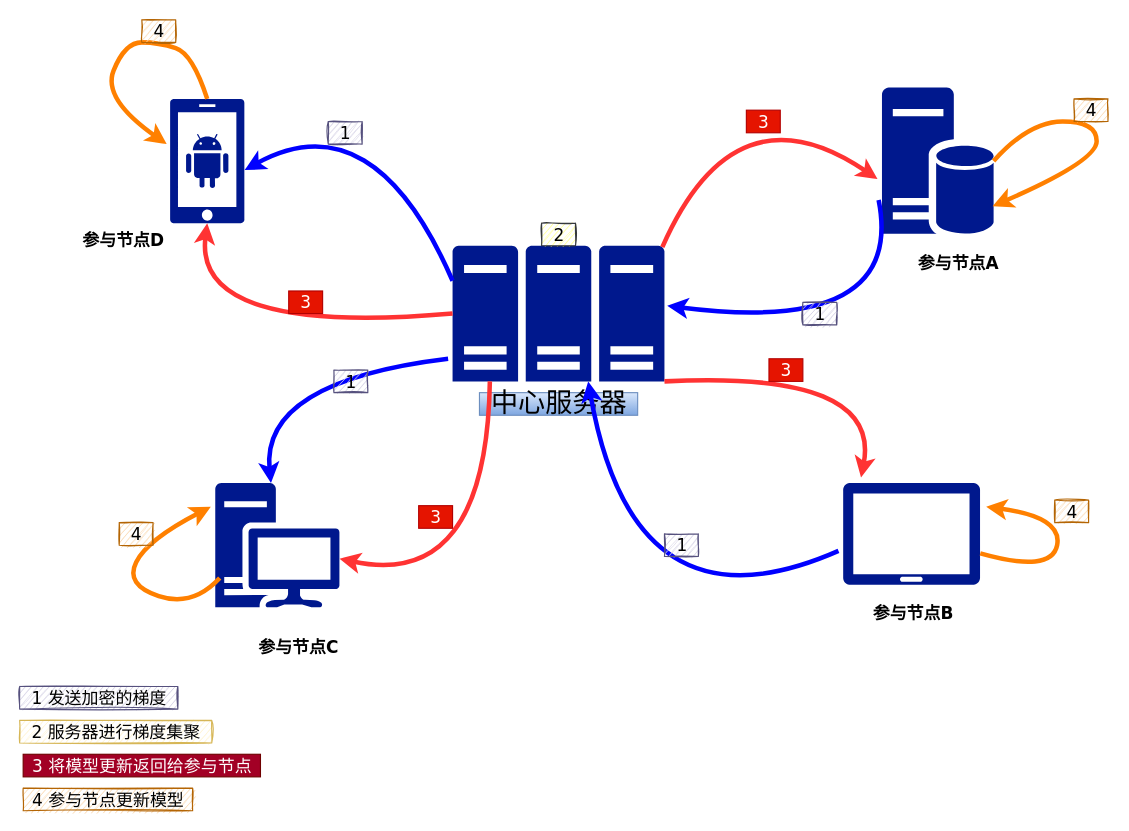
Before: Untitled Diagram.drawio in iaak/hello-world, a draw.io diagram. Source tidied: cells renumbered, new cells numbered last; positions are measured from the earlier drawing's top-left corner, leaving out a move shared by most shapes. Both pictures are drawn from the tidied source at 113%, with x=0, y=0 at pixel (19, 19).
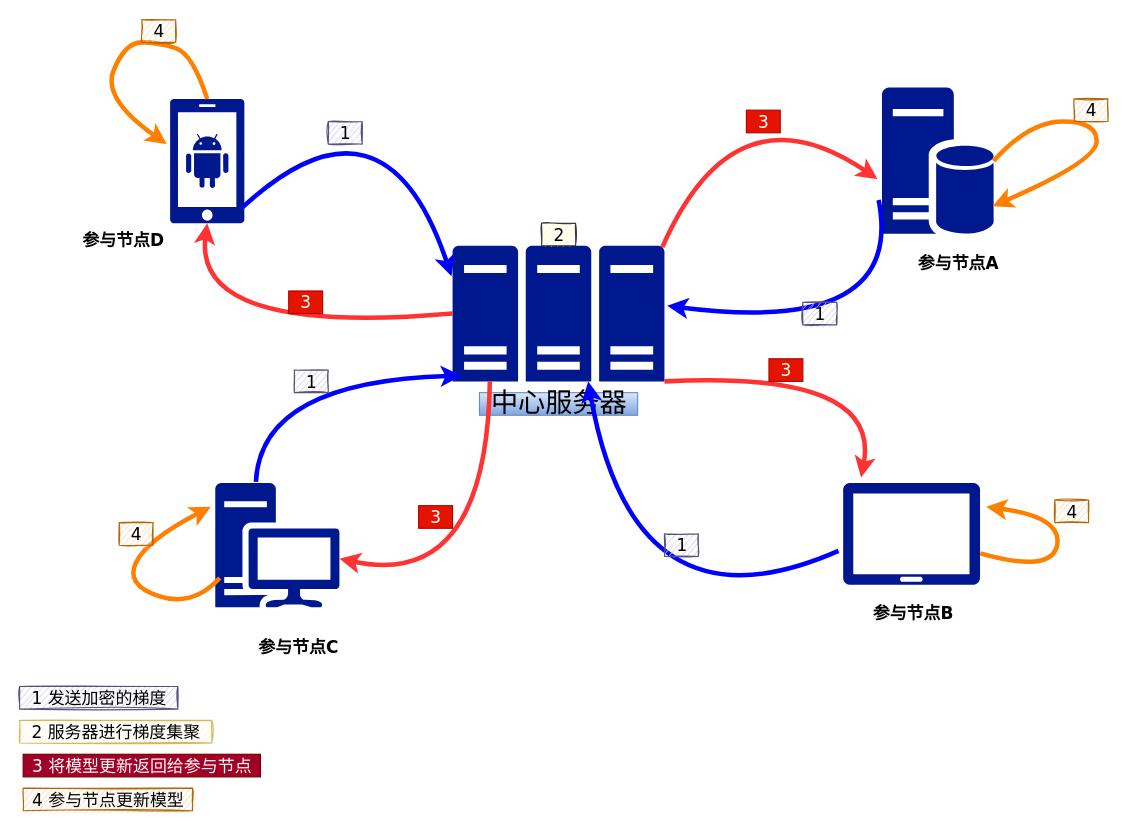
The same page after the edit.

The change refers to these unchanged cells:
```xml
<mxCell id="7" style="shadow=0;dashed=0;html=1;strokeColor=none;labelPosition=center;verticalLabelPosition=bottom;verticalAlign=top;align=center;fillColor=#00188D;shape=mxgraph.mscae.enterprise.server_farm;labelBackgroundColor=#FFFFFF;fontFamily=Verdana;fontSize=15;fontColor=#000000;" parent="1" vertex="1">
  <mxGeometry x="383" y="200" width="187.5" height="120" as="geometry" />
</mxCell>
<mxCell id="8" style="shadow=0;dashed=0;html=1;strokeColor=none;labelPosition=center;verticalLabelPosition=bottom;verticalAlign=top;align=center;fillColor=#00188D;shape=mxgraph.mscae.enterprise.android_phone;labelBackgroundColor=#FFFFFF;fontFamily=Verdana;fontSize=15;fontColor=#000000;" parent="1" vertex="1">
  <mxGeometry x="132.9" y="70" width="66" height="110" as="geometry" />
</mxCell>
<mxCell id="10" style="shadow=0;dashed=0;html=1;strokeColor=none;labelPosition=center;verticalLabelPosition=bottom;verticalAlign=top;align=center;fillColor=#00188D;shape=mxgraph.mscae.enterprise.workstation_client;labelBackgroundColor=#FFFFFF;fontFamily=Verdana;fontSize=15;fontColor=#000000;" parent="1" vertex="1">
  <mxGeometry x="173" y="410" width="110" height="110" as="geometry" />
</mxCell>
```

Change to the diagram source:
```diff
@@
-    <mxCell id="18" style="endArrow=classic;html=1;strokeWidth=4;fontFamily=Verdana;fontSize=15;fontColor=#000000;exitX=0;exitY=0.258;exitDx=0;exitDy=0;exitPerimeter=0;curved=1;strokeColor=#0000FF;entryX=1.001;entryY=0.573;entryDx=0;entryDy=0;entryPerimeter=0;" parent="1" edge="1" source="7" target="8">
+    <mxCell id="18" style="endArrow=classic;html=1;strokeWidth=4;fontFamily=Verdana;fontSize=15;fontColor=#000000;exitX=0.972;exitY=0.873;exitDx=0;exitDy=0;exitPerimeter=0;curved=1;strokeColor=#0000FF;entryX=-0.005;entryY=0.225;entryDx=0;entryDy=0;entryPerimeter=0;" parent="1" edge="1" source="8" target="7">
       <mxGeometry relative="1" as="geometry">
         <Array as="points">
-          <mxPoint x="313" y="70" />
+          <mxPoint x="323" y="50" />
         </Array>
       </mxGeometry>
     </mxCell>
-    <mxCell id="19" style="endArrow=classic;html=1;strokeWidth=4;fontFamily=Verdana;fontSize=15;fontColor=#000000;exitX=-0.021;exitY=0.833;exitDx=0;exitDy=0;exitPerimeter=0;curved=1;strokeColor=#0000FF;" parent="1" edge="1" source="7" target="10">
+    <mxCell id="19" style="endArrow=classic;html=1;strokeWidth=4;fontFamily=Verdana;fontSize=15;fontColor=#000000;exitX=0.327;exitY=-0.009;exitDx=0;exitDy=0;exitPerimeter=0;curved=1;strokeColor=#0000FF;entryX=0.043;entryY=0.958;entryDx=0;entryDy=0;entryPerimeter=0;" parent="1" edge="1" source="10" target="7">
       <mxGeometry relative="1" as="geometry">
         <Array as="points">
           <mxPoint x="213" y="320" />
         </Array>
       </mxGeometry>
     </mxCell>
@@
     <mxCell id="26" value="1" style="text;html=1;align=center;verticalAlign=middle;fontSize=15;fontFamily=Verdana;fillColor=#d0cee2;rounded=0;glass=0;sketch=1;shadow=0;strokeColor=#56517e;" parent="1" vertex="1">
-      <mxGeometry x="278" y="310" width="30" height="20" as="geometry" />
+      <mxGeometry x="243" y="310" width="30" height="20" as="geometry" />
     </mxCell>
```
